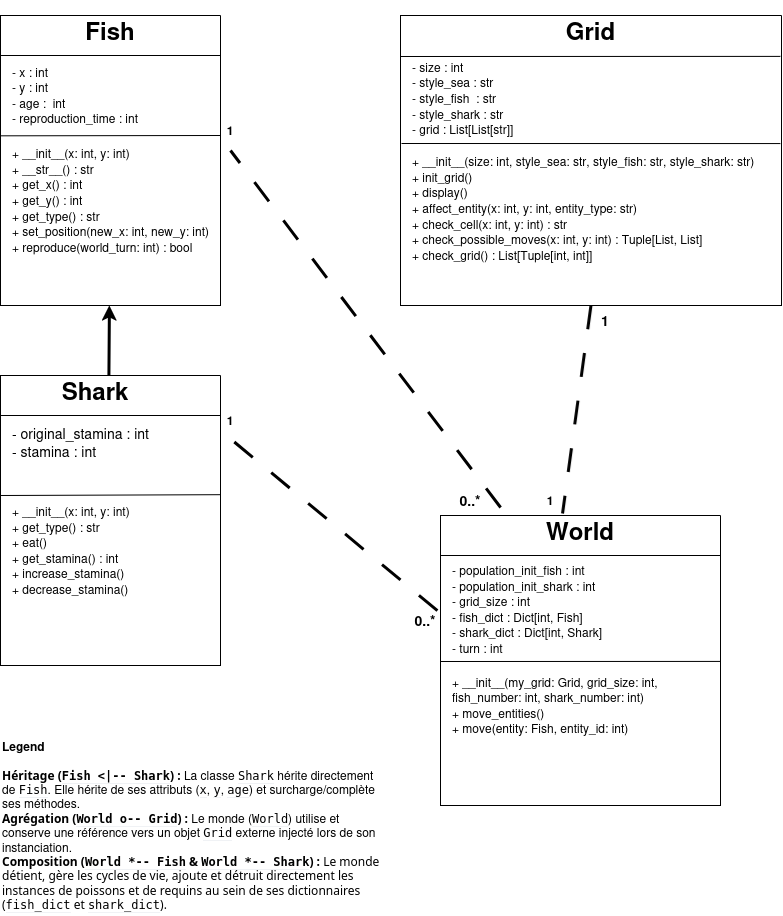
JocelyneMinard/Wa-Tor keeps this draw.io diagram as presentation/Wa-Tor.drawio.png. Above is the earlier version. Source tidied: cells renumbered, new cells last; positions are measured from the earlier drawing's top-left corner, leaving out a move shared by most shapes.
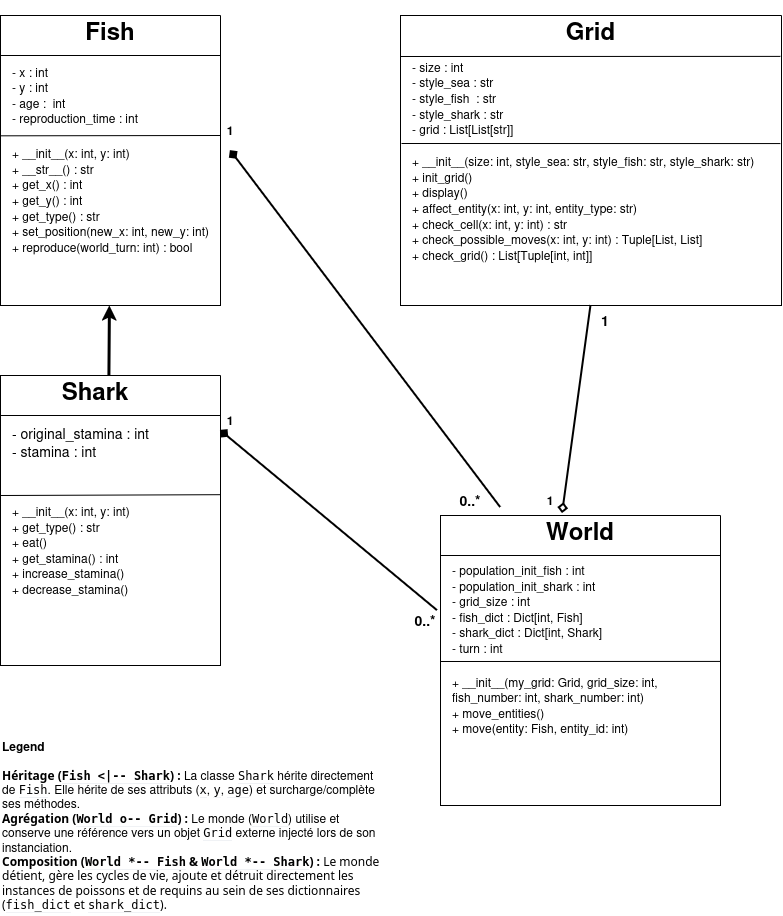
After the commit.

Commit message:
correct uml

What changed in the source:
```diff
@@ -109,13 +109,13 @@
         <mxPoint x="108.4" y="360" as="sourcePoint" />
       </mxGeometry>
     </mxCell>
-    <mxCell id="27" style="endArrow=none;html=1;rounded=0;entryX=0.436;entryY=-0.067;entryDx=0;entryDy=0;entryPerimeter=0;exitX=0.5;exitY=1;exitDx=0;exitDy=0;dashed=1;dashPattern=8 8;strokeWidth=3;" parent="1" edge="1" source="8" target="3">
+    <mxCell id="27" style="endArrow=diamond;html=1;rounded=0;entryX=0.436;entryY=-0.067;entryDx=0;entryDy=0;entryPerimeter=0;exitX=0.5;exitY=1;exitDx=0;exitDy=0;strokeWidth=2;endFill=0;" parent="1" edge="1" source="8" target="3">
       <mxGeometry relative="1" as="geometry" />
     </mxCell>
     <mxCell id="28" value="&lt;b&gt;1&lt;/b&gt;" style="text;html=1;whiteSpace=wrap;strokeColor=none;fillColor=none;align=center;verticalAlign=middle;rounded=0;" parent="1" vertex="1">
       <mxGeometry x="540" y="470" width="20" height="30" as="geometry" />
     </mxCell>
-    <mxCell id="29" style="endArrow=none;html=1;rounded=0;entryX=1;entryY=0.5;entryDx=0;entryDy=0;exitX=0.179;exitY=0.067;exitDx=0;exitDy=0;exitPerimeter=0;dashed=1;dashPattern=8 8;strokeWidth=3;" parent="1" edge="1">
+    <mxCell id="29" style="endArrow=diamond;html=1;rounded=0;entryX=1;entryY=0.5;entryDx=0;entryDy=0;exitX=0.179;exitY=0.067;exitDx=0;exitDy=0;exitPerimeter=0;strokeWidth=2;startArrow=none;startFill=0;endFill=1;" parent="1" edge="1">
       <mxGeometry relative="1" as="geometry">
         <mxPoint x="500.1" y="492" as="sourcePoint" />
         <mxPoint x="230" y="135" as="targetPoint" />
@@ -124,7 +124,7 @@
     <mxCell id="30" value="&lt;b&gt;&lt;font style=&quot;font-size: 14px;&quot;&gt;0..*&lt;/font&gt;&lt;/b&gt;" style="text;html=1;whiteSpace=wrap;strokeColor=none;fillColor=none;align=center;verticalAlign=middle;rounded=0;" parent="1" vertex="1">
       <mxGeometry x="440" y="470" width="60" height="30" as="geometry" />
     </mxCell>
-    <mxCell id="31" style="endArrow=none;html=1;rounded=0;entryX=1;entryY=0.5;entryDx=0;entryDy=0;exitX=-0.011;exitY=0.328;exitDx=0;exitDy=0;exitPerimeter=0;dashed=1;dashPattern=8 8;strokeWidth=3;" parent="1" edge="1" source="2">
+    <mxCell id="31" style="endArrow=diamond;html=1;rounded=0;entryX=1;entryY=0.5;entryDx=0;entryDy=0;exitX=-0.011;exitY=0.328;exitDx=0;exitDy=0;exitPerimeter=0;strokeWidth=2;endFill=1;" parent="1" edge="1" source="2">
       <mxGeometry relative="1" as="geometry">
         <mxPoint x="220" y="415" as="targetPoint" />
       </mxGeometry>
```
